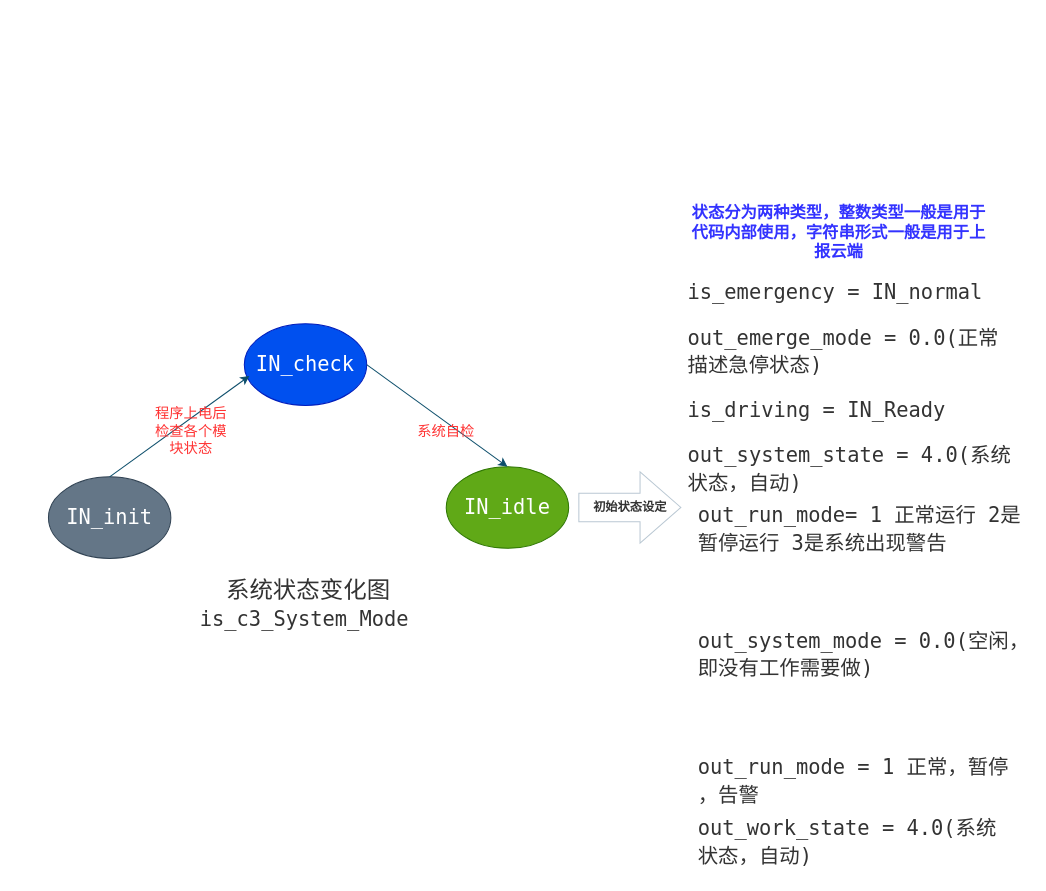
Above: page "idle状态下模式变化" (3 of 3) of mainsystem/框架图.drawio in wangpc10/autonomousPic (draw.io), before the change. Source tidied: cells renumbered, new cells numbered last; positions are measured from the earlier drawing's top-left corner, leaving out a move shared by most shapes. Both pictures are drawn from the tidied source at 102%, with x=0, y=0 at pixel (48, 201).
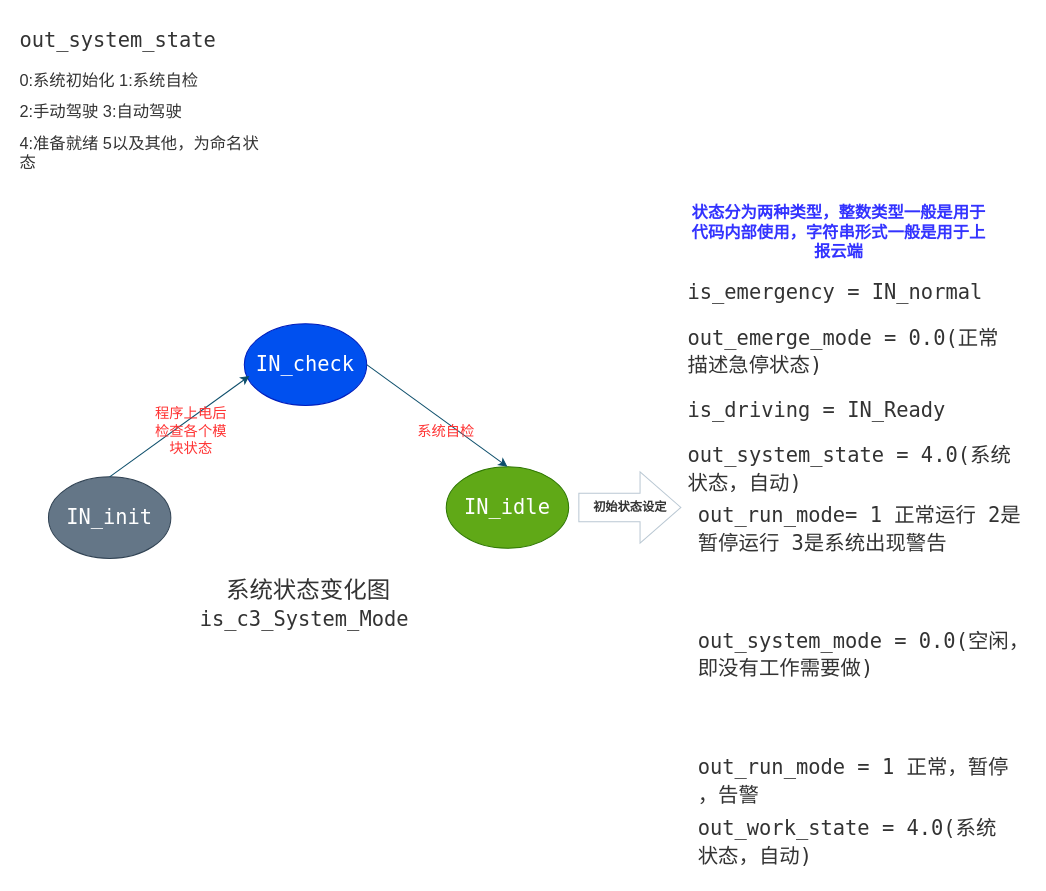
Above is the later version.

Commit message:
更新框架图.drawio

Change to the diagram source:
```diff
@@
+    <mxCell id="31" value="&lt;h1 style=&quot;margin-top: 0px;&quot;&gt;&lt;span style=&quot;color: rgb(51, 51, 51); font-family: &amp;quot;Droid Sans Mono&amp;quot;, &amp;quot;monospace&amp;quot;, monospace; font-size: 20px; font-weight: 400; white-space: pre; background-color: rgb(255, 255, 255);&quot;&gt;out_system_state&lt;/span&gt;&lt;/h1&gt;&lt;p&gt;&lt;font style=&quot;color: rgb(51, 51, 51); font-size: 16px;&quot;&gt;0:系统初始化 1:系统自检&lt;/font&gt;&lt;/p&gt;&lt;p&gt;&lt;font style=&quot;color: rgb(51, 51, 51); font-size: 16px;&quot;&gt;2:手动驾驶 3:自动驾驶&lt;/font&gt;&lt;/p&gt;&lt;p&gt;&lt;font style=&quot;color: rgb(51, 51, 51); font-size: 16px;&quot;&gt;4:准备就绪 5以及其他，为命名状态&lt;/font&gt;&lt;/p&gt;" style="text;html=1;whiteSpace=wrap;overflow=hidden;rounded=0;fontColor=#EEEEEE;" parent="1" vertex="1">
+      <mxGeometry x="-30" y="-180" width="240" height="160" as="geometry" />
+    </mxCell>
```
